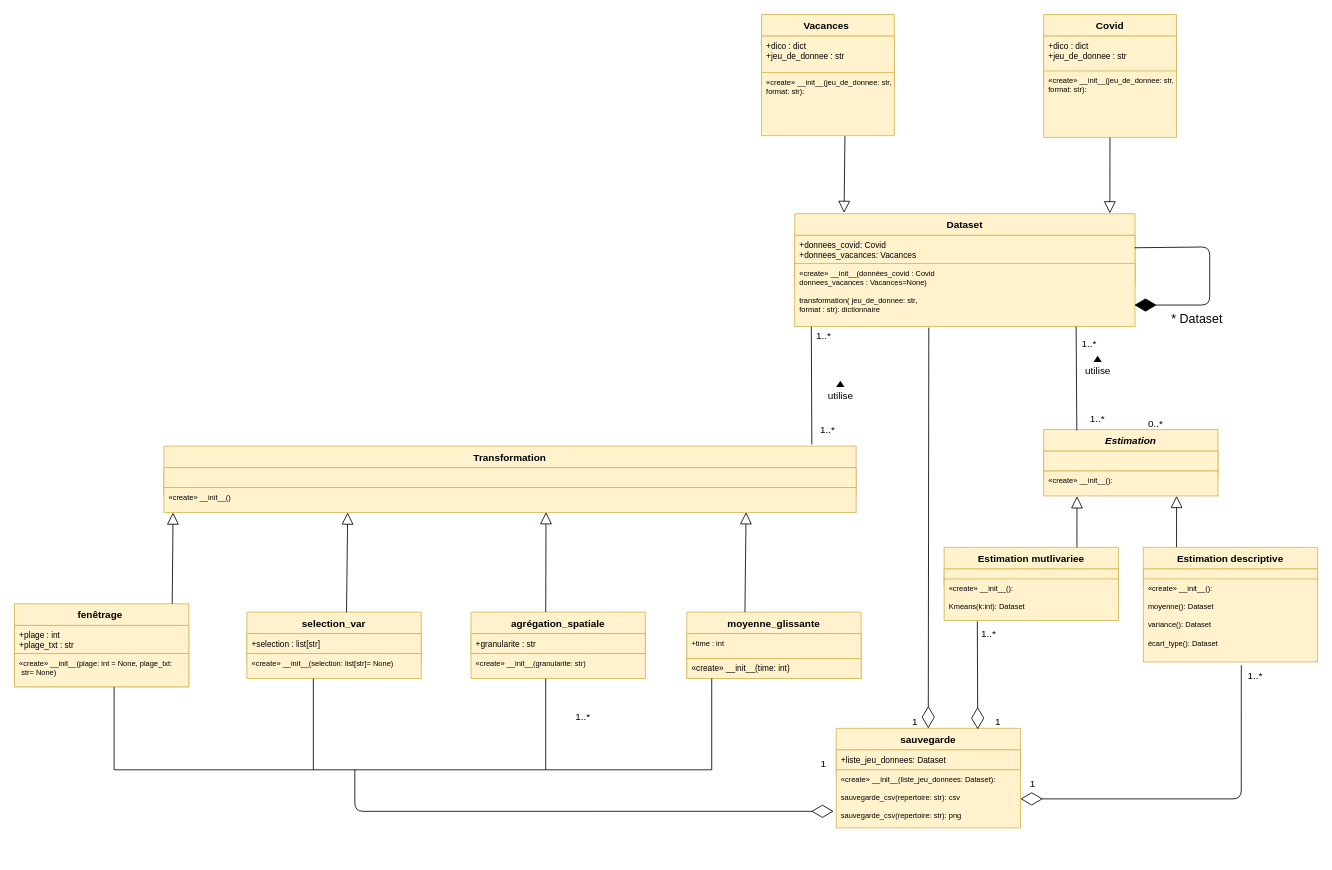
thomashilger67/projet_donnees keeps this draw.io diagram as Untitled Diagram-3-2.drawio. Above is the earlier version. Source tidied: cells renumbered, new cells numbered last; positions are measured from the earlier drawing's top-left corner, leaving out a move shared by most shapes. Both pictures are drawn from the tidied source at 83%, with x=0, y=0 at pixel (14, 14).
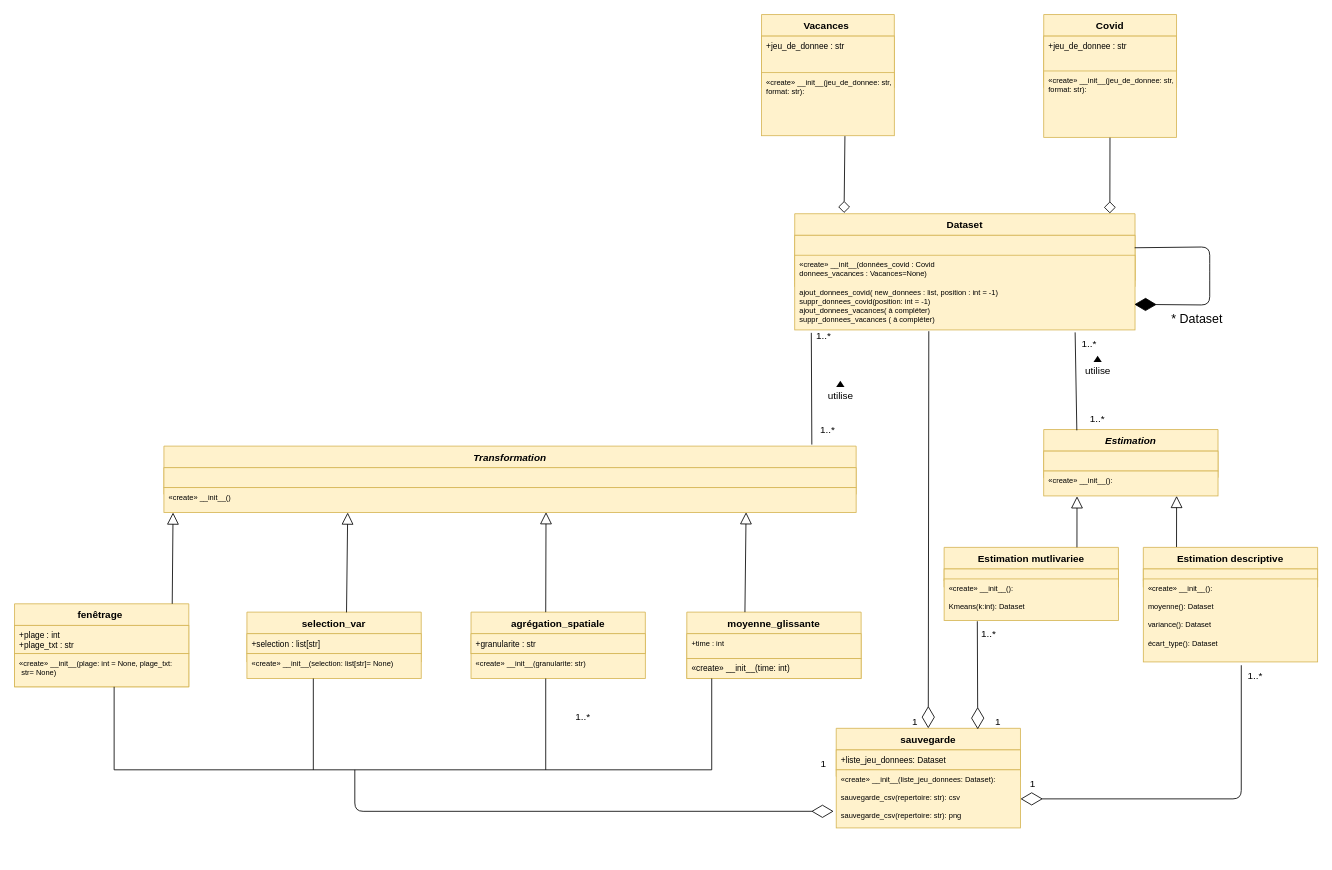
After the change.

Unchanged cells that the change refers to:
```xml
<mxCell id="3" value="Vacances " style="swimlane;fontStyle=1;align=center;verticalAlign=top;horizontal=1;startSize=26;strokeColor=#d6b656;fillColor=#fff2cc;" parent="1" vertex="1">
  <mxGeometry x="900" width="160" height="88" as="geometry" />
</mxCell>
<mxCell id="6" value="«create» __init__(jeu_de_donnee: str, &#10;format: str):&#10;&#10;" style="text;strokeColor=#d6b656;fillColor=#fff2cc;align=left;verticalAlign=top;spacingLeft=4;spacingRight=4;overflow=hidden;points=[[0,0.5],[1,0.5]];portConstraint=eastwest;fontSize=9;" parent="1" vertex="1">
  <mxGeometry x="900" y="70" width="160" height="76" as="geometry" />
</mxCell>
<mxCell id="7" value="Covid" style="swimlane;fontStyle=1;align=center;verticalAlign=top;horizontal=1;startSize=26;strokeColor=#d6b656;fillColor=#fff2cc;" parent="1" vertex="1">
  <mxGeometry x="1240" width="160" height="88" as="geometry" />
</mxCell>
<mxCell id="10" value="«create» __init__(jeu_de_donnee: str, &#10;format: str):&#10;&#10;" style="text;strokeColor=#d6b656;fillColor=#fff2cc;align=left;verticalAlign=top;spacingLeft=4;spacingRight=4;overflow=hidden;points=[[0,0.5],[1,0.5]];portConstraint=eastwest;fontSize=9;" parent="1" vertex="1">
  <mxGeometry x="1240" y="68" width="160" height="80" as="geometry" />
</mxCell>
<mxCell id="11" value="Dataset" style="swimlane;fontStyle=1;align=center;verticalAlign=top;horizontal=1;startSize=26;strokeColor=#d6b656;fillColor=#fff2cc;" parent="1" vertex="1">
  <mxGeometry x="940" y="240" width="410" height="88" as="geometry" />
</mxCell>
<mxCell id="19" value="Estimation" style="swimlane;fontStyle=3;align=center;verticalAlign=top;horizontal=1;startSize=26;strokeColor=#d6b656;fillColor=#fff2cc;" parent="1" vertex="1">
  <mxGeometry x="1240" y="500" width="210" height="58" as="geometry" />
</mxCell>
<mxCell id="77" value="1..*" style="text;html=1;strokeColor=none;fillColor=none;align=center;verticalAlign=middle;whiteSpace=wrap;rounded=0;sketch=0;" parent="1" vertex="1">
  <mxGeometry x="960" y="380" width="30" height="14" as="geometry" />
</mxCell>
```

The edit, as a diff of the source:
```diff
@@
-    <mxCell id="4" value="+dico : dict&#10;+jeu_de_donnee : str&#10;" style="text;strokeColor=#d6b656;fillColor=#fff2cc;align=left;verticalAlign=top;spacingLeft=4;spacingRight=4;overflow=hidden;fontSize=10;" parent="3" vertex="1">
+    <mxCell id="4" value="+jeu_de_donnee : str&#10;" style="text;strokeColor=#d6b656;fillColor=#fff2cc;align=left;verticalAlign=top;spacingLeft=4;spacingRight=4;overflow=hidden;fontSize=10;" parent="3" vertex="1">
       <mxGeometry y="26" width="160" height="54" as="geometry" />
     </mxCell>
@@
-    <mxCell id="8" value="+dico : dict&#10;+jeu_de_donnee : str&#10;" style="text;strokeColor=#d6b656;fillColor=#fff2cc;align=left;verticalAlign=top;spacingLeft=4;spacingRight=4;overflow=hidden;fontSize=10;" parent="7" vertex="1">
+    <mxCell id="8" value="+jeu_de_donnee : str&#10;" style="text;strokeColor=#d6b656;fillColor=#fff2cc;align=left;verticalAlign=top;spacingLeft=4;spacingRight=4;overflow=hidden;fontSize=10;" parent="7" vertex="1">
       <mxGeometry y="26" width="160" height="54" as="geometry" />
     </mxCell>
@@
-    <mxCell id="12" value="+donnees_covid: Covid&#10;+donnees_vacances: Vacances" style="text;strokeColor=#d6b656;fillColor=#fff2cc;align=left;verticalAlign=top;spacingLeft=4;spacingRight=4;overflow=hidden;points=[[0,0.5],[1,0.5]];portConstraint=eastwest;fontSize=10;" parent="11" vertex="1">
+    <mxCell id="12" style="text;strokeColor=#d6b656;fillColor=#fff2cc;align=left;verticalAlign=top;spacingLeft=4;spacingRight=4;overflow=hidden;points=[[0,0.5],[1,0.5]];portConstraint=eastwest;fontSize=10;" parent="11" vertex="1">
       <mxGeometry y="26" width="410" height="54" as="geometry" />
     </mxCell>
@@
-    <mxCell id="14" value="«create» __init__(données_covid : Covid&#10;donnees_vacances : Vacances=None)&#10;&#10;transformation( jeu_de_donnee: str, &#10;format : str): dictionnaire" style="text;strokeColor=#d6b656;fillColor=#fff2cc;align=left;verticalAlign=top;spacingLeft=4;spacingRight=4;overflow=hidden;points=[[0,0.5],[1,0.5]];portConstraint=eastwest;fontSize=9;" parent="1" vertex="1">
-      <mxGeometry x="940" y="300" width="410" height="76" as="geometry" />
+    <mxCell id="14" value="«create» __init__(données_covid : Covid&#10;donnees_vacances : Vacances=None)&#10;&#10;ajout_donnees_covid( new_donnees : list, position : int = -1)&#10;suppr_donnees_covid(position: int = -1)&#10;ajout_donnees_vacances( à compléter)&#10;suppr_donnees_vacances ( à compléter)" style="text;strokeColor=#d6b656;fillColor=#fff2cc;align=left;verticalAlign=top;spacingLeft=4;spacingRight=4;overflow=hidden;points=[[0,0.5],[1,0.5]];portConstraint=eastwest;fontSize=9;" parent="1" vertex="1">
+      <mxGeometry x="940" y="290" width="410" height="90" as="geometry" />
     </mxCell>
-    <mxCell id="15" value="Transformation" style="swimlane;fontStyle=1;align=center;verticalAlign=top;horizontal=1;startSize=26;strokeColor=#d6b656;fillColor=#fff2cc;" parent="1" vertex="1">
+    <mxCell id="15" value="Transformation" style="swimlane;fontStyle=3;align=center;verticalAlign=top;horizontal=1;startSize=26;strokeColor=#d6b656;fillColor=#fff2cc;" parent="1" vertex="1">
       <mxGeometry x="180" y="520" width="834" height="58" as="geometry" />
     </mxCell>
@@
-    <mxCell id="42" value="0..*" style="text;html=1;strokeColor=none;fillColor=none;align=center;verticalAlign=middle;whiteSpace=wrap;rounded=0;sketch=0;" parent="1" vertex="1">
-      <mxGeometry x="1360" y="486" width="30" height="14" as="geometry" />
-    </mxCell>
@@
-    <mxCell id="63" style="endArrow=none;html=1;exitX=0.19;exitY=0.017;exitDx=0;exitDy=0;exitPerimeter=0;" parent="1" edge="1" source="19">
-      <mxGeometry relative="1" as="geometry">
-        <mxPoint x="1279" y="376" as="targetPoint" />
-      </mxGeometry>
+    <mxCell id="63" style="endArrow=none;html=1;exitX=0.19;exitY=0.017;exitDx=0;exitDy=0;exitPerimeter=0;entryX=0.824;entryY=1.033;entryDx=0;entryDy=0;entryPerimeter=0;" parent="1" edge="1" source="19" target="14">
+      <mxGeometry relative="1" as="geometry" />
     </mxCell>
@@
-    <mxCell id="65" style="endArrow=block;endFill=0;endSize=12;html=1;strokeColor=#000000;fontSize=10;exitX=0.499;exitY=1.005;exitDx=0;exitDy=0;exitPerimeter=0;entryX=0.926;entryY=-0.005;entryDx=0;entryDy=0;entryPerimeter=0;" parent="1" edge="1" source="10" target="11">
+    <mxCell id="65" style="endArrow=diamond;endFill=0;endSize=12;html=1;strokeColor=#000000;fontSize=10;exitX=0.499;exitY=1.005;exitDx=0;exitDy=0;exitPerimeter=0;entryX=0.926;entryY=-0.005;entryDx=0;entryDy=0;entryPerimeter=0;" parent="1" edge="1" source="10" target="11">
       <mxGeometry relative="1" as="geometry" />
     </mxCell>
-    <mxCell id="66" style="endArrow=block;endFill=0;endSize=12;html=1;strokeColor=#000000;fontSize=10;exitX=0.628;exitY=1.007;exitDx=0;exitDy=0;exitPerimeter=0;entryX=0.145;entryY=-0.011;entryDx=0;entryDy=0;entryPerimeter=0;" parent="1" edge="1" source="6" target="11">
+    <mxCell id="66" style="endArrow=diamond;endFill=0;endSize=12;html=1;strokeColor=#000000;fontSize=10;exitX=0.628;exitY=1.007;exitDx=0;exitDy=0;exitPerimeter=0;entryX=0.145;entryY=-0.011;entryDx=0;entryDy=0;entryPerimeter=0;" parent="1" edge="1" source="6" target="11">
       <mxGeometry relative="1" as="geometry" />
     </mxCell>
@@
-    <mxCell id="70" style="endArrow=none;html=1;exitX=0.936;exitY=-0.032;exitDx=0;exitDy=0;exitPerimeter=0;" parent="1" edge="1" source="15">
-      <mxGeometry relative="1" as="geometry">
-        <mxPoint x="960" y="376" as="targetPoint" />
-      </mxGeometry>
+    <mxCell id="70" style="endArrow=none;html=1;exitX=0.936;exitY=-0.032;exitDx=0;exitDy=0;exitPerimeter=0;entryX=0;entryY=0.25;entryDx=0;entryDy=0;" parent="1" edge="1" source="15" target="77">
+      <mxGeometry relative="1" as="geometry" />
     </mxCell>
```
